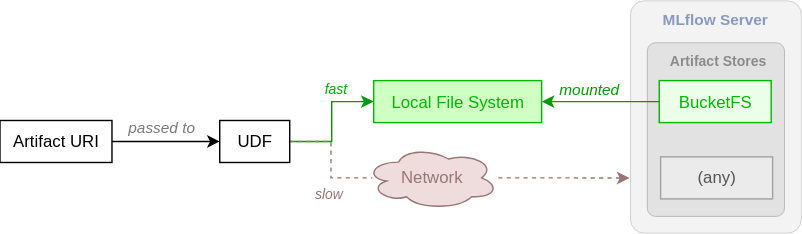
Before: doc/user_guide/img/udf-loading-alternatives.svg, a diagram exported from draw.io (exasol/mlflow-plugin). Source tidied: cells renumbered, new cells last; positions are measured from the earlier drawing's top-left corner, leaving out a move shared by most shapes.
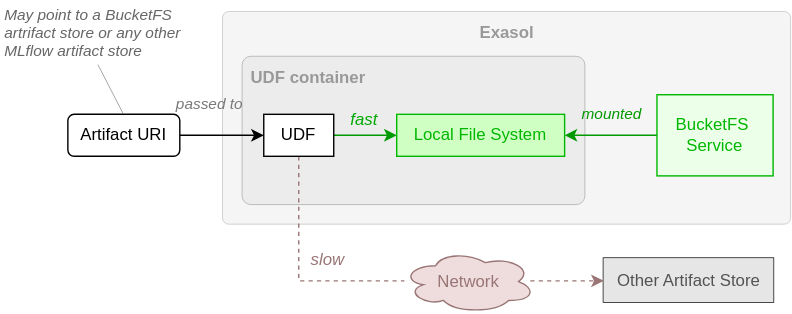
Later version of the same file.

Commit message:
#61: Added documentation for accessing MLflow AI Gateways from UDFs

Diff of the diagram source:
```diff
@@ -2,53 +2,65 @@
   <root>
     <mxCell id="0" />
     <mxCell id="1" parent="0" />
+    <mxCell id="18" value="Exasol" style="rounded=1;whiteSpace=wrap;html=1;verticalAlign=top;strokeColor=#BFBFBF;strokeWidth=0.5;align=center;spacingLeft=0;spacingTop=1;arcSize=3;fontFamily=Helvetica;fontSize=12;fontColor=#999999;fontStyle=1;fillColor=#F5F5F5;" parent="1" vertex="1">
+      <mxGeometry x="189" y="8" width="406" height="152" as="geometry" />
+    </mxCell>
+    <mxCell id="19" value="UDF container" style="rounded=1;whiteSpace=wrap;html=1;verticalAlign=top;strokeColor=#A7A7A7;strokeWidth=0.5;align=left;spacingLeft=4;spacingTop=1;arcSize=6;fontFamily=Helvetica;fontSize=12;fontColor=#999999;fontStyle=1;fillColor=#ECECEC;" parent="1" vertex="1">
+      <mxGeometry x="203" y="40" width="245" height="106" as="geometry" />
+    </mxCell>
+    <mxCell id="20" value="Other Artifact Store" style="rounded=0;whiteSpace=wrap;html=1;strokeColor=default;align=center;verticalAlign=middle;fontFamily=Helvetica;fontSize=12;fontColor=#535353;fillColor=#E6E6E6;strokeWidth=0.5;" parent="1" vertex="1">
+      <mxGeometry x="461" y="184" width="122" height="32" as="geometry" />
+    </mxCell>
+    <mxCell id="5" style="edgeStyle=orthogonalEdgeStyle;rounded=0;jettySize=auto;html=1;exitX=1;exitY=0.5;exitDx=0;exitDy=0;entryX=0;entryY=0.5;entryDx=0;entryDy=0;strokeColor=#009900;align=center;verticalAlign=middle;fontFamily=Helvetica;fontSize=11;fontColor=default;labelBackgroundColor=default;endArrow=classic;" parent="1" edge="1" source="7" target="4">
+      <mxGeometry x="0.02" y="-12" relative="1" as="geometry" />
+    </mxCell>
-    <mxCell id="2" value="&amp;nbsp;passed to&amp;nbsp;" style="edgeStyle=orthogonalEdgeStyle;rounded=0;jettySize=auto;html=1;entryX=0;entryY=0.5;entryDx=0;entryDy=0;fontStyle=2;fontColor=#797979;" parent="1" edge="1" source="3" target="7">
-      <mxGeometry x="-0.09" y="10" relative="1" as="geometry" />
+    <mxCell id="2" value="passed to" style="edgeStyle=orthogonalEdgeStyle;rounded=0;jettySize=auto;html=1;labelBackgroundColor=none;strokeColor=default;align=center;verticalAlign=middle;fontFamily=Helvetica;fontSize=11;fontColor=#797979;fontStyle=2;endArrow=classic;" parent="1" edge="1" source="3" target="7">
+      <mxGeometry y="11" relative="1" as="geometry">
+        <mxPoint x="-9" y="-11" as="offset" />
+      </mxGeometry>
     </mxCell>
-    <mxCell id="3" value="Artifact URI" style="rounded=0;whiteSpace=wrap;html=1;" parent="1" vertex="1">
-      <mxGeometry y="86" width="80" height="30" as="geometry" />
+    <mxCell id="3" value="Artifact URI" style="rounded=1;whiteSpace=wrap;html=1;" parent="1" vertex="1">
+      <mxGeometry x="78" y="81" width="80" height="30" as="geometry" />
     </mxCell>
+    <mxCell id="21" style="rounded=0;jettySize=auto;html=1;entryX=0.5;entryY=0;entryDx=0;entryDy=0;endArrow=none;endFill=0;strokeColor=#808080;strokeWidth=0.5;" parent="1" edge="1" target="3">
+      <mxGeometry relative="1" as="geometry">
+        <mxPoint x="100" y="46" as="sourcePoint" />
+      </mxGeometry>
+    </mxCell>
+    <mxCell id="22" value="&lt;span style=&quot;background-color: transparent;&quot;&gt;May point to a BucketFS &lt;br&gt;artrifact store or&amp;nbsp;any other &lt;br&gt;MLflow artifact store&lt;/span&gt;" style="text;html=1;whiteSpace=wrap;strokeColor=none;fillColor=none;align=left;verticalAlign=top;rounded=0;spacing=-2;fontSize=11;spacingTop=1;spacingBottom=8;fontStyle=2;fontColor=#666666;spacingLeft=5;spacingRight=0;" parent="1" vertex="1">
+      <mxGeometry x="30" width="139" height="40" as="geometry" />
+    </mxCell>
+    <mxCell id="23" value=" " style="edgeStyle=orthogonalEdgeStyle;rounded=0;jettySize=auto;html=1;entryX=0;entryY=0.5;entryDx=0;entryDy=0;dashed=1;strokeColor=#997575;exitX=0.5;exitY=1;exitDx=0;exitDy=0;endArrow=none;endFill=0;" parent="1" edge="1" source="7" target="24">
+      <mxGeometry relative="1" as="geometry" />
+    </mxCell>
+    <mxCell id="24" style="rounded=0;whiteSpace=wrap;html=1;strokeColor=none;fillColor=none;" parent="1" vertex="1">
+      <mxGeometry x="318.5" y="193.5" width="79" height="13" as="geometry" />
+    </mxCell>
+    <mxCell id="9" value="Network" style="ellipse;shape=cloud;whiteSpace=wrap;html=1;fillColor=#EFDDDD;fontColor=#997575;strokeColor=#997575;" parent="1" vertex="1">
+      <mxGeometry x="317" y="178" width="95" height="45" as="geometry" />
+    </mxCell>
+    <mxCell id="11" value="&lt;span style=&quot;background-color: transparent;&quot;&gt;slow&lt;/span&gt;" style="text;html=1;whiteSpace=wrap;strokeColor=none;fillColor=none;align=center;verticalAlign=top;rounded=0;spacing=-2;fontSize=12;spacingTop=1;spacingBottom=1;fontStyle=2;fontColor=#997575;spacingLeft=0;spacingRight=0;" parent="1" vertex="1">
+      <mxGeometry x="249" y="174" width="30" height="20" as="geometry" />
+    </mxCell>
+    <mxCell id="25" style="edgeStyle=orthogonalEdgeStyle;rounded=0;jettySize=auto;html=1;entryX=0;entryY=0.5;entryDx=0;entryDy=0;dashed=1;strokeColor=#997575;align=center;verticalAlign=middle;fontFamily=Helvetica;fontSize=11;fontColor=default;labelBackgroundColor=default;endArrow=classic;" parent="1" edge="1" target="20">
+      <mxGeometry relative="1" as="geometry">
+        <mxPoint x="408.5" y="200" as="sourcePoint" />
+      </mxGeometry>
+    </mxCell>
     <mxCell id="4" value="Local File System" style="rounded=0;whiteSpace=wrap;html=1;strokeColor=#00B700;align=center;verticalAlign=middle;fontFamily=Helvetica;fontSize=12;fontColor=#00B700;fillColor=#D0FFC4;" parent="1" vertex="1">
-      <mxGeometry x="267" y="57.5" width="120" height="30" as="geometry" />
+      <mxGeometry x="313" y="81" width="120" height="30" as="geometry" />
     </mxCell>
-    <mxCell id="5" style="edgeStyle=orthogonalEdgeStyle;rounded=0;jettySize=auto;html=1;entryX=0;entryY=0.5;entryDx=0;entryDy=0;strokeColor=#009900;" parent="1" edge="1" source="7" target="4">
-      <mxGeometry relative="1" as="geometry" />
-    </mxCell>
-    <mxCell id="6" style="edgeStyle=orthogonalEdgeStyle;rounded=0;jettySize=auto;html=1;entryX=0;entryY=0.5;entryDx=0;entryDy=0;dashed=1;strokeColor=#997575;exitX=1;exitY=0.5;exitDx=0;exitDy=0;endArrow=none;endFill=0;" parent="1" edge="1" source="7" target="8">
-      <mxGeometry relative="1" as="geometry" />
-    </mxCell>
+    <mxCell id="14" value="mounted&amp;nbsp;" style="edgeStyle=orthogonalEdgeStyle;rounded=0;jettySize=auto;html=1;strokeColor=#009900;fontStyle=2;fontColor=#009900;exitX=0;exitY=0.5;exitDx=0;exitDy=0;entryX=1;entryY=0.5;entryDx=0;entryDy=0;labelBackgroundColor=none;" parent="1" edge="1" source="26" target="4">
+      <mxGeometry x="-0.06" y="-15" relative="1" as="geometry" />
+    </mxCell>
+    <mxCell id="26" value="BucketFS&amp;nbsp;&lt;div&gt;Service&lt;/div&gt;" style="rounded=0;whiteSpace=wrap;html=1;fillColor=#ECFFE8;strokeColor=#00B700;fontColor=#00B700;align=center;verticalAlign=middle;fontFamily=Helvetica;fontSize=12;" parent="1" vertex="1">
+      <mxGeometry x="499" y="67" width="83" height="58" as="geometry" />
+    </mxCell>
+    <mxCell id="10" value="&lt;span style=&quot;background-color: transparent;&quot;&gt;fast&lt;/span&gt;" style="text;html=1;whiteSpace=wrap;strokeColor=none;fillColor=none;align=center;verticalAlign=top;rounded=0;spacing=-2;fontSize=12;spacingTop=1;spacingBottom=1;fontStyle=2;fontColor=#00AA00;spacingLeft=0;spacingRight=0;" parent="1" vertex="1">
+      <mxGeometry x="275" y="74" width="30" height="20" as="geometry" />
+    </mxCell>
-    <mxCell id="7" value="UDF" style="rounded=0;whiteSpace=wrap;html=1;" parent="1" vertex="1">
-      <mxGeometry x="157" y="86" width="50" height="30" as="geometry" />
+    <mxCell id="7" value="UDF" style="rounded=0;whiteSpace=wrap;html=1;verticalAlign=middle;" parent="1" vertex="1">
+      <mxGeometry x="218" y="81" width="50" height="30" as="geometry" />
     </mxCell>
-    <mxCell id="8" style="rounded=0;whiteSpace=wrap;html=1;strokeColor=none;fillColor=none;" parent="1" vertex="1">
-      <mxGeometry x="266" y="120.5" width="79" height="13" as="geometry" />
-    </mxCell>
-    <mxCell id="9" value="Network" style="ellipse;shape=cloud;whiteSpace=wrap;html=1;fillColor=#EFDDDD;fontColor=#997575;strokeColor=#997575;" parent="1" vertex="1">
-      <mxGeometry x="261" y="104.5" width="95" height="45" as="geometry" />
-    </mxCell>
-    <mxCell id="10" value="&lt;span style=&quot;background-color: transparent;&quot;&gt;fast&lt;/span&gt;" style="text;html=1;whiteSpace=wrap;strokeColor=none;fillColor=none;align=center;verticalAlign=top;rounded=0;spacing=-2;fontSize=10;spacingTop=1;spacingBottom=1;fontStyle=2;fontColor=#00AA00;spacingLeft=0;spacingRight=0;" parent="1" vertex="1">
-      <mxGeometry x="225" y="54" width="30" height="20" as="geometry" />
-    </mxCell>
-    <mxCell id="11" value="&lt;span style=&quot;background-color: transparent;&quot;&gt;slow&lt;/span&gt;" style="text;html=1;whiteSpace=wrap;strokeColor=none;fillColor=none;align=center;verticalAlign=top;rounded=0;spacing=-2;fontSize=10;spacingTop=1;spacingBottom=1;fontStyle=2;fontColor=#997575;spacingLeft=0;spacingRight=0;" parent="1" vertex="1">
-      <mxGeometry x="220" y="128.5" width="30" height="20" as="geometry" />
-    </mxCell>
-    <mxCell id="12" value="MLflow Server" style="rounded=1;whiteSpace=wrap;html=1;verticalAlign=top;arcSize=8;fillColor=#F3F3F3;strokeColor=#BFBFBF;fontStyle=1;fontSize=11;spacingTop=1;strokeWidth=0.5;align=center;spacingLeft=0;fontColor=#8899BF;fontFamily=Helvetica;" parent="1" vertex="1">
-      <mxGeometry x="450" width="122" height="166" as="geometry" />
-    </mxCell>
-    <mxCell id="13" value="&lt;span style=&quot;&quot;&gt;Artifact Stores&lt;/span&gt;" style="rounded=1;whiteSpace=wrap;html=1;verticalAlign=top;arcSize=6;fillColor=#E2E2E2;fontColor=#8B8B8B;strokeColor=#A7A7A7;fontStyle=1;fontSize=10;spacingTop=1;strokeWidth=0.5;align=center;spacingLeft=4;fontFamily=Helvetica;" parent="1" vertex="1">
-      <mxGeometry x="462" y="30" width="98" height="124" as="geometry" />
-    </mxCell>
-    <mxCell id="14" value="mounted&amp;nbsp;" style="edgeStyle=orthogonalEdgeStyle;rounded=0;jettySize=auto;html=1;strokeColor=#009900;fontStyle=2;fontColor=#009900;exitX=0;exitY=0.5;exitDx=0;exitDy=0;entryX=1;entryY=0.5;entryDx=0;entryDy=0;" parent="1" edge="1" source="15" target="4">
-      <mxGeometry x="0.16" y="-9" relative="1" as="geometry" />
-    </mxCell>
-    <mxCell id="15" value="BucketFS" style="rounded=0;whiteSpace=wrap;html=1;fillColor=#ECFFE8;strokeColor=#00B700;fontColor=#00B700;align=center;verticalAlign=middle;fontFamily=Helvetica;fontSize=12;" parent="1" vertex="1">
-      <mxGeometry x="471" y="57.5" width="80" height="30" as="geometry" />
-    </mxCell>
-    <mxCell id="16" value="(any)" style="rounded=0;whiteSpace=wrap;html=1;opacity=30;fontColor=#535353;" parent="1" vertex="1">
-      <mxGeometry x="472" y="112" width="80" height="30" as="geometry" />
-    </mxCell>
-    <mxCell id="17" style="edgeStyle=orthogonalEdgeStyle;rounded=0;jettySize=auto;html=1;entryX=-0.002;entryY=0.766;entryDx=0;entryDy=0;entryPerimeter=0;dashed=1;strokeColor=#997575;align=center;verticalAlign=middle;fontFamily=Helvetica;fontSize=11;fontColor=default;labelBackgroundColor=default;endArrow=classic;" parent="1" edge="1" source="9" target="12">
-      <mxGeometry relative="1" as="geometry" />
-    </mxCell>
   </root>
 </mxGraphModel>
```
